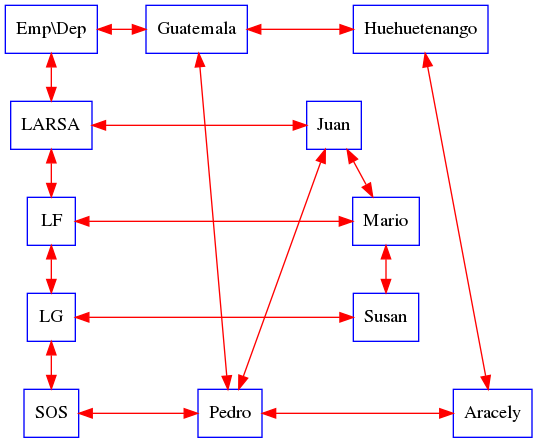
This is build/matriz.png from martinfdev/EstructurasenC-P1, a Graphviz export, as it was before one commit. Its source is kept beside it as build/matriz.dot.
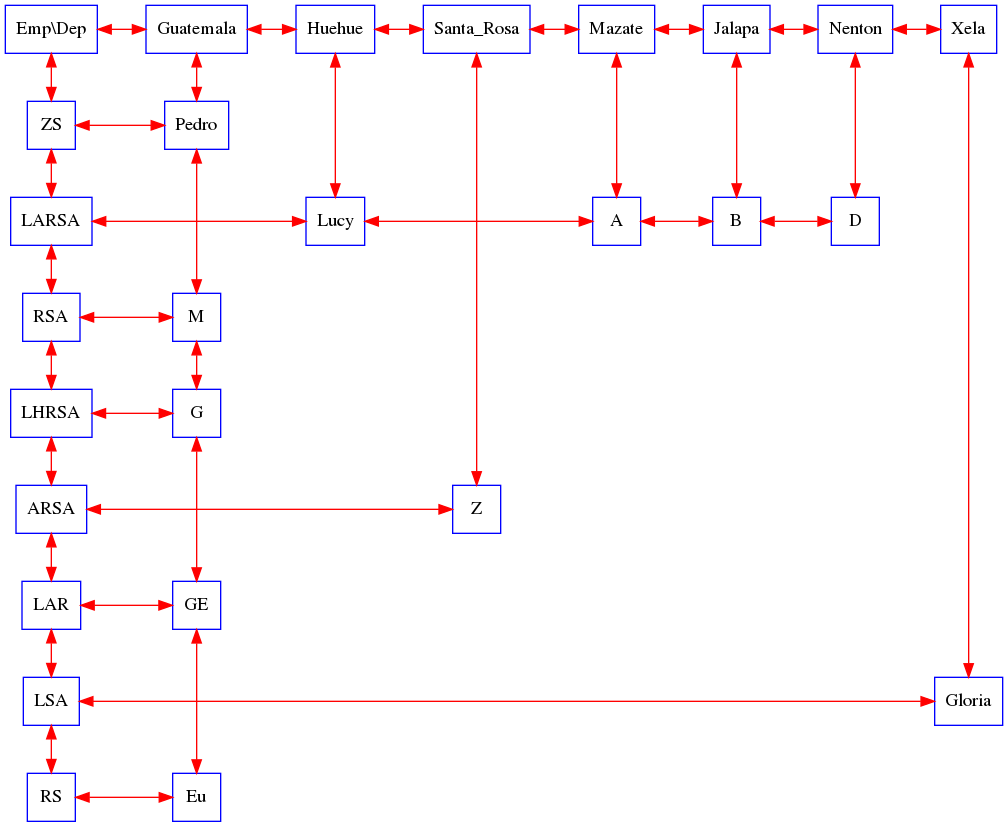
The same diagram one commit later.

Commit message:
matriz terminada

Change to the diagram source:
```diff
@@ -5,41 +5,81 @@
 graph[ nodesep = 0.5];
 nodeXY [label="Emp\\Dep"];
 nodeXGuatemala [label="Guatemala"];
-nodeXHuehuetenango [label="Huehuetenango"];
+nodeXHuehue [label="Huehue"];
+nodeXSanta_Rosa [label="Santa_Rosa"];
+nodeXMazate [label="Mazate"];
+nodeXJalapa [label="Jalapa"];
+nodeXNenton [label="Nenton"];
+nodeXXela [label="Xela"];
 
+nodeYZS [label="ZS"];
 nodeYLARSA [label="LARSA"];
-nodeYLF [label="LF"];
-nodeYLG [label="LG"];
-nodeYSOS [label="SOS"];
+nodeYRSA [label="RSA"];
+nodeYLHRSA [label="LHRSA"];
+nodeYARSA [label="ARSA"];
+nodeYLAR [label="LAR"];
+nodeYLSA [label="LSA"];
+nodeYRS [label="RS"];
 
-nodevGuatemalaLARSA [label="Juan"];
-nodevGuatemalaLF [label="Mario"];
-nodevGuatemalaLG [label="Susan"];
-nodevGuatemalaSOS [label="Pedro"];
-nodevHuehuetenangoSOS [label="Aracely"];
+nodevGuatemalaZS [label="Pedro"];
+nodevHuehueLARSA [label="Lucy"];
+nodevMazateLARSA [label="A"];
+nodevJalapaLARSA [label="B"];
+nodevNentonLARSA [label="D"];
+nodevGuatemalaRSA [label="M"];
+nodevGuatemalaLHRSA [label="G"];
+nodevSanta_RosaARSA [label="Z"];
+nodevGuatemalaLAR [label="GE"];
+nodevXelaLSA [label="Gloria"];
+nodevGuatemalaRS [label="Eu"];
 
 nodeXY -> nodeXGuatemala [dir=both];
-nodeXGuatemala -> nodeXHuehuetenango [dir=both];
+nodeXGuatemala -> nodeXHuehue [dir=both];
+nodeXHuehue -> nodeXSanta_Rosa [dir=both];
+nodeXSanta_Rosa -> nodeXMazate [dir=both];
+nodeXMazate -> nodeXJalapa [dir=both];
+nodeXJalapa -> nodeXNenton [dir=both];
+nodeXNenton -> nodeXXela [dir=both];
 
-nodeXY -> nodeYLARSA [dir=both];
-nodeYLARSA -> nodeYLF [dir=both];
-nodeYLF -> nodeYLG [dir=both];
-nodeYLG -> nodeYSOS [dir=both];
+nodeXY -> nodeYZS [dir=both];
+nodeYZS -> nodeYLARSA [dir=both];
+nodeYLARSA -> nodeYRSA [dir=both];
+nodeYRSA -> nodeYLHRSA [dir=both];
+nodeYLHRSA -> nodeYARSA [dir=both];
+nodeYARSA -> nodeYLAR [dir=both];
+nodeYLAR -> nodeYLSA [dir=both];
+nodeYLSA -> nodeYRS [dir=both];
 
-nodeXGuatemala -> nodevGuatemalaLARSA [dir=both];
-nodevGuatemalaSOS -> nodevGuatemalaLG [dir=both];
-nodevGuatemalaLARSA -> nodevGuatemalaLF [dir=both];
-nodevGuatemalaLF -> nodevGuatemalaLG [dir=both];
-nodeXHuehuetenango -> nodevHuehuetenangoSOS [dir=both];
-nodeYLARSA -> nodevGuatemalaLARSA [constraint=false, dir=both];
-nodeYLF -> nodevGuatemalaLF [constraint=false, dir=both];
-nodeYLG -> nodevGuatemalaLG [constraint=false, dir=both];
-nodeYSOS -> nodevGuatemalaSOS [constraint=false, dir=both];
-nodevGuatemalaSOS -> nodevHuehuetenangoSOS [constraint=false, dir=both];
+nodeXGuatemala -> nodevGuatemalaZS [dir=both];
+nodevGuatemalaZS -> nodevGuatemalaRSA [dir=both];
+nodevGuatemalaRSA -> nodevGuatemalaLHRSA [dir=both];
+nodevGuatemalaLHRSA -> nodevGuatemalaLAR [dir=both];
+nodevGuatemalaLAR -> nodevGuatemalaRS [dir=both];
+nodeXHuehue -> nodevHuehueLARSA [dir=both];
+nodeXSanta_Rosa -> nodevSanta_RosaARSA [dir=both];
+nodeXMazate -> nodevMazateLARSA [dir=both];
+nodeXJalapa -> nodevJalapaLARSA [dir=both];
+nodeXNenton -> nodevNentonLARSA [dir=both];
+nodeXXela -> nodevXelaLSA [dir=both];
+nodeYZS -> nodevGuatemalaZS [constraint=false, dir=both];
+nodeYLARSA -> nodevHuehueLARSA [constraint=false, dir=both];
+nodevHuehueLARSA -> nodevMazateLARSA [constraint=false, dir=both];
+nodevMazateLARSA -> nodevJalapaLARSA [constraint=false, dir=both];
+nodevJalapaLARSA -> nodevNentonLARSA [constraint=false, dir=both];
+nodeYRSA -> nodevGuatemalaRSA [constraint=false, dir=both];
+nodeYLHRSA -> nodevGuatemalaLHRSA [constraint=false, dir=both];
+nodeYARSA -> nodevSanta_RosaARSA [constraint=false, dir=both];
+nodeYLAR -> nodevGuatemalaLAR [constraint=false, dir=both];
+nodeYLSA -> nodevXelaLSA [constraint=false, dir=both];
+nodeYRS -> nodevGuatemalaRS [constraint=false, dir=both];
 
-{rank=same; nodeXY; nodeXGuatemala; nodeXHuehuetenango; }
-{rank=same; nodeYLARSA; nodevGuatemalaLARSA; }
-{rank=same; nodeYLF; nodevGuatemalaLF; }
-{rank=same; nodeYLG; nodevGuatemalaLG; }
-{rank=same; nodeYSOS; nodevGuatemalaSOS; nodevHuehuetenangoSOS; }
+{rank=same; nodeXY; nodeXGuatemala; nodeXHuehue; nodeXSanta_Rosa; nodeXMazate; nodeXJalapa; nodeXNenton; nodeXXela; }
+{rank=same; nodeYZS; nodevGuatemalaZS; }
+{rank=same; nodeYLARSA; nodevHuehueLARSA; nodevMazateLARSA; nodevJalapaLARSA; nodevNentonLARSA; }
+{rank=same; nodeYRSA; nodevGuatemalaRSA; }
+{rank=same; nodeYLHRSA; nodevGuatemalaLHRSA; }
+{rank=same; nodeYARSA; nodevSanta_RosaARSA; }
+{rank=same; nodeYLAR; nodevGuatemalaLAR; }
+{rank=same; nodeYLSA; nodevXelaLSA; }
+{rank=same; nodeYRS; nodevGuatemalaRS; }
 }
```
